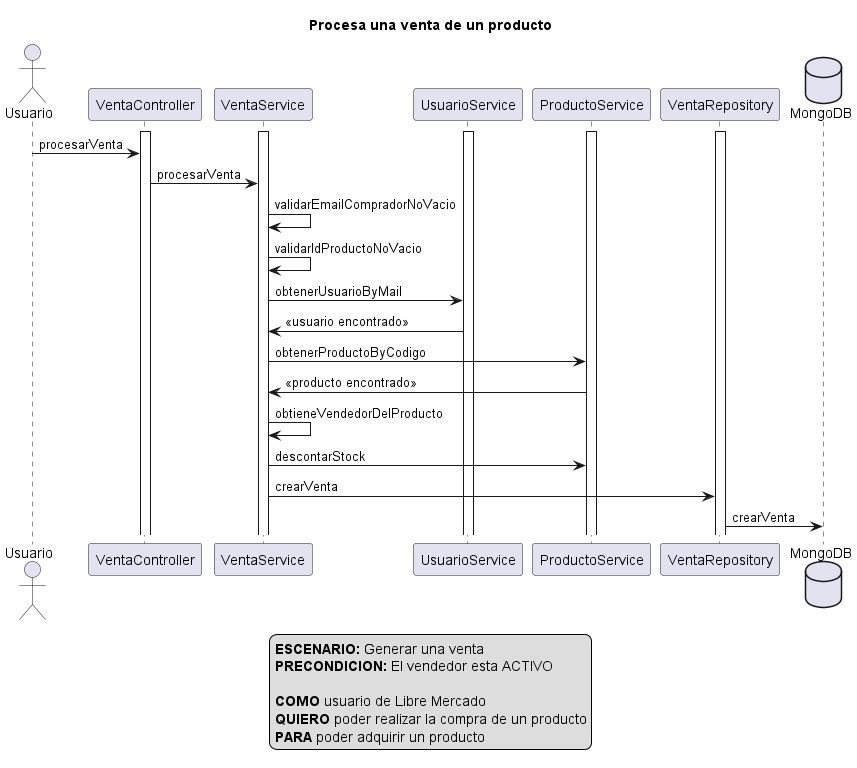
marilaumedici/arqSoft2ModuloVendedor keeps this PlantUML diagram as src/main/resources/com/arqsoft/medici/diagramas/secuencia/ventas/procesarVentaOk.png. Above is the earlier version.
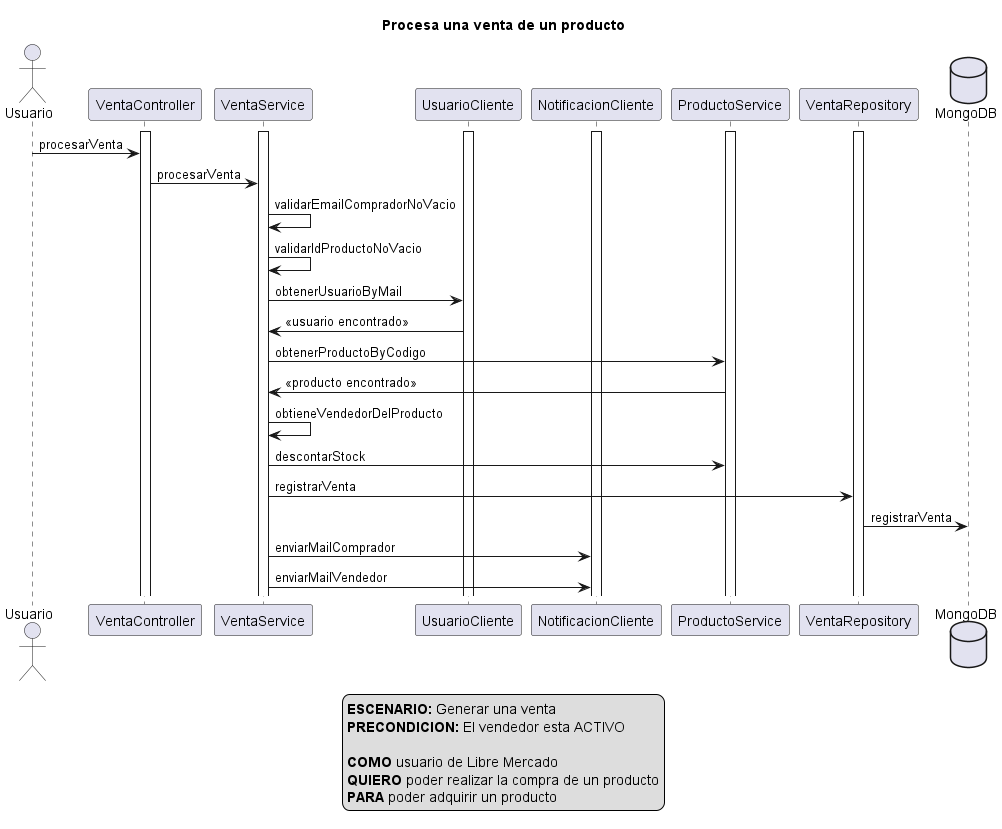
The same diagram one commit later.

Commit message:
se modifican diagramas de secuencia de ventas para incluir cliente de usuario y de notificaciones

Diff of the diagram source:
```diff
@@ -2,7 +2,8 @@
 actor Usuario
 activate VentaController
 activate VentaService
-activate UsuarioService
+activate UsuarioCliente
+activate NotificacionCliente
 activate ProductoService
 activate VentaRepository
 database MongoDB
@@ -17,9 +18,9 @@
 
 VentaService -> VentaService: validarIdProductoNoVacio
 
-VentaService -> UsuarioService: obtenerUsuarioByMail
+VentaService -> UsuarioCliente: obtenerUsuarioByMail
 
-UsuarioService -> VentaService: <<usuario encontrado>>
+UsuarioCliente -> VentaService: <<usuario encontrado>>
 
 VentaService -> ProductoService: obtenerProductoByCodigo
 
@@ -29,10 +30,13 @@
 
 VentaService -> ProductoService: descontarStock
 
-VentaService -> VentaRepository: crearVenta
+VentaService -> VentaRepository: registrarVenta
 
-VentaRepository -> MongoDB: crearVenta
+VentaRepository -> MongoDB: registrarVenta
 
+VentaService -> NotificacionCliente: enviarMailComprador
+
+VentaService -> NotificacionCliente: enviarMailVendedor
 
 legend
 <b>ESCENARIO:</b> Generar una venta
```
